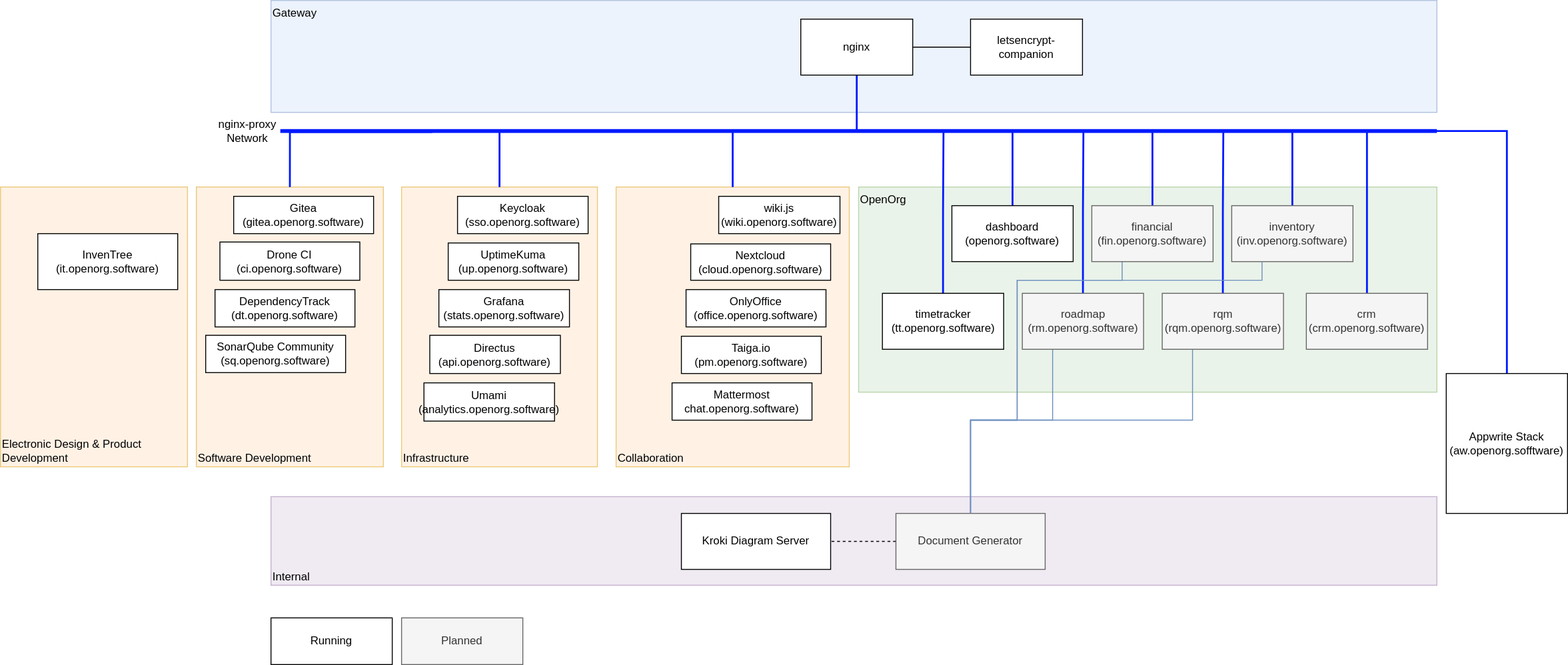
openorg-software/openorg-docker-compose keeps this draw.io diagram as .drawings/overview.svg. Above is the earlier version. Source tidied: cells renumbered, new cells last; positions are measured from the earlier drawing's top-left corner, leaving out a move shared by most shapes.
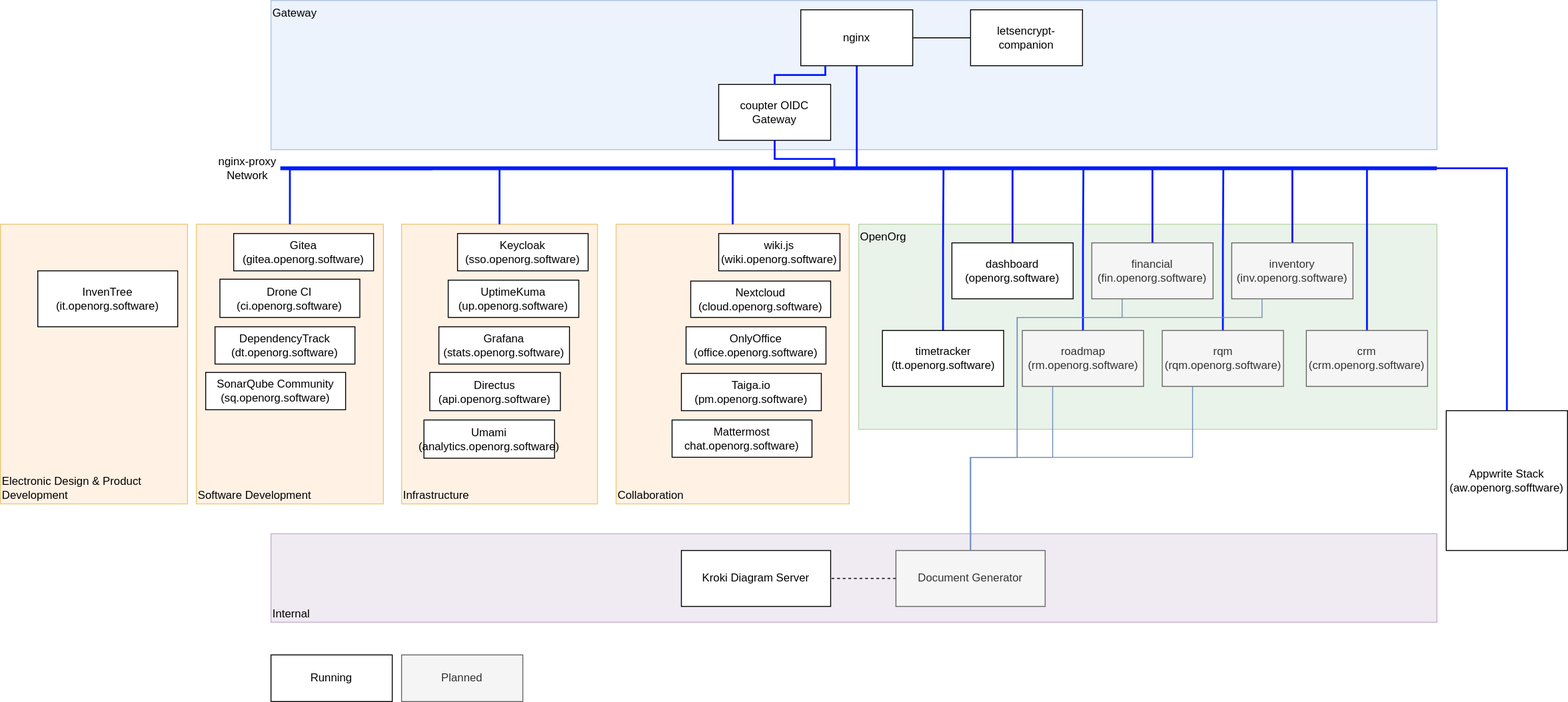
Above is the later version.

Diff of the diagram source:
```diff
@@ -12,7 +12,7 @@
       <mxGeometry x="290" y="532" width="1250" height="95" as="geometry" />
     </mxCell>
     <mxCell id="5" value="Gateway" style="rounded=0;whiteSpace=wrap;html=1;align=left;verticalAlign=top;fillColor=#dae8fc;strokeColor=#6c8ebf;opacity=50;" parent="1" vertex="1">
-      <mxGeometry x="290" width="1250" height="120" as="geometry" />
+      <mxGeometry x="290" y="-40" width="1250" height="160" as="geometry" />
     </mxCell>
     <mxCell id="6" value="OpenOrg" style="rounded=0;whiteSpace=wrap;html=1;align=left;verticalAlign=top;opacity=50;fillColor=#d5e8d4;strokeColor=#82b366;" parent="1" vertex="1">
       <mxGeometry x="920" y="200" width="620" height="220" as="geometry" />
@@ -48,10 +48,10 @@
       </mxGeometry>
     </mxCell>
     <mxCell id="14" value="nginx" style="rounded=0;whiteSpace=wrap;html=1;" parent="1" vertex="1">
-      <mxGeometry x="858" y="20" width="120" height="60" as="geometry" />
+      <mxGeometry x="858" y="-30" width="120" height="60" as="geometry" />
     </mxCell>
     <mxCell id="15" value="letsencrypt-companion" style="rounded=0;whiteSpace=wrap;html=1;" parent="1" vertex="1">
-      <mxGeometry x="1040" y="20" width="120" height="60" as="geometry" />
+      <mxGeometry x="1040" y="-30" width="120" height="60" as="geometry" />
     </mxCell>
     <mxCell id="16" style="edgeStyle=orthogonalEdgeStyle;rounded=0;jettySize=auto;html=1;exitX=0.5;exitY=0;exitDx=0;exitDy=0;endArrow=none;endFill=0;strokeColor=#001AFF;strokeWidth=2;" parent="1" edge="1" source="3">
       <mxGeometry relative="1" as="geometry">
@@ -233,5 +233,26 @@
     <mxCell id="57" value="Mattermost&lt;br&gt;chat.openorg.software)" style="rounded=0;whiteSpace=wrap;html=1;" parent="1" vertex="1">
       <mxGeometry x="720" y="410" width="150" height="40" as="geometry" />
     </mxCell>
+    <mxCell id="58" value="coupter OIDC Gateway" style="rounded=0;whiteSpace=wrap;html=1;" parent="1" vertex="1">
+      <mxGeometry x="770" y="50" width="120" height="60" as="geometry" />
+    </mxCell>
+    <mxCell id="59" style="edgeStyle=orthogonalEdgeStyle;rounded=0;jettySize=auto;html=1;exitX=0.219;exitY=1.007;exitDx=0;exitDy=0;endArrow=none;endFill=0;strokeColor=#001AFF;strokeWidth=2;exitPerimeter=0;entryX=0.5;entryY=0;entryDx=0;entryDy=0;" parent="1" edge="1" source="14" target="58">
+      <mxGeometry relative="1" as="geometry">
+        <Array as="points">
+          <mxPoint x="884" y="40" />
+          <mxPoint x="830" y="40" />
+        </Array>
+      </mxGeometry>
+    </mxCell>
+    <mxCell id="60" style="edgeStyle=orthogonalEdgeStyle;rounded=0;jettySize=auto;html=1;endArrow=none;endFill=0;strokeColor=#001AFF;strokeWidth=2;entryX=0.5;entryY=1;entryDx=0;entryDy=0;" parent="1" edge="1" target="58">
+      <mxGeometry relative="1" as="geometry">
+        <mxPoint x="920" y="140" as="sourcePoint" />
+        <Array as="points">
+          <mxPoint x="894" y="140" />
+          <mxPoint x="894" y="130" />
+          <mxPoint x="830" y="130" />
+        </Array>
+      </mxGeometry>
+    </mxCell>
   </root>
 </mxGraphModel>
```
